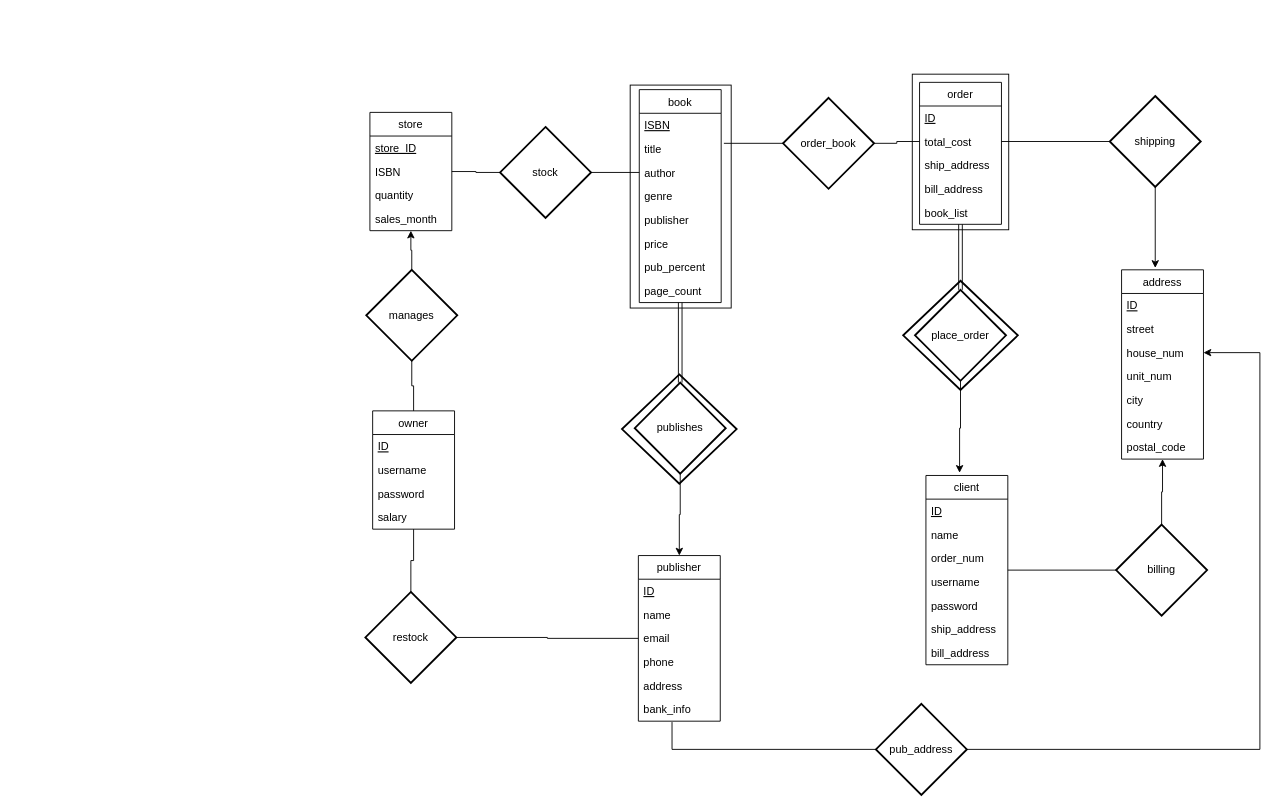
rayotte/COMP_3005_Project keeps this draw.io diagram as Report/ER_Diagram.drawio. Above is the earlier version. Source tidied: cells renumbered, new cells numbered last; positions are measured from the earlier drawing's top-left corner, leaving out a move shared by most shapes. Both pictures are drawn from the tidied source at 91%, with x=0, y=0 at pixel (365, 74).
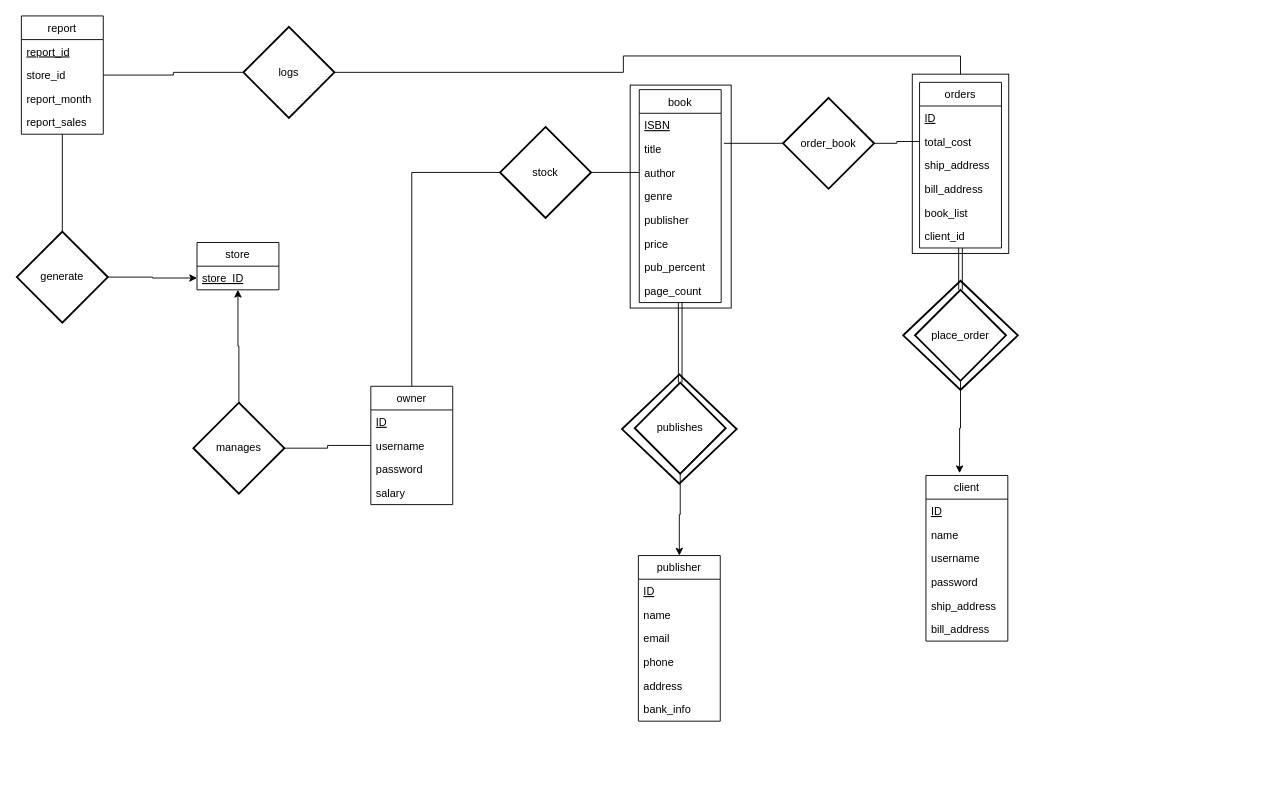
The same page after the edit.

Commit message (it also covers changes not shown here):
Update report and associated files

The change refers to these unchanged cells:
```xml
<mxCell id="9" value="total_cost" style="text;strokeColor=none;fillColor=none;align=left;verticalAlign=top;spacingLeft=4;spacingRight=4;overflow=hidden;points=[[0,0.5],[1,0.5]];portConstraint=eastwest;" parent="7" vertex="1">
  <mxGeometry y="52" width="90" height="26" as="geometry" />
</mxCell>
<mxCell id="35" value="email" style="text;strokeColor=none;fillColor=none;align=left;verticalAlign=top;spacingLeft=4;spacingRight=4;overflow=hidden;points=[[0,0.5],[1,0.5]];portConstraint=eastwest;" parent="32" vertex="1">
  <mxGeometry y="78" width="90" height="26" as="geometry" />
</mxCell>
<mxCell id="38" value="bank_info" style="text;strokeColor=none;fillColor=none;align=left;verticalAlign=top;spacingLeft=4;spacingRight=4;overflow=hidden;points=[[0,0.5],[1,0.5]];portConstraint=eastwest;" parent="32" vertex="1">
  <mxGeometry y="156" width="90" height="26" as="geometry" />
</mxCell>
<mxCell id="46" value="store_ID" style="text;strokeColor=none;fillColor=none;align=left;verticalAlign=top;spacingLeft=4;spacingRight=4;overflow=hidden;points=[[0,0.5],[1,0.5]];portConstraint=eastwest;fontStyle=4;" parent="45" vertex="1">
  <mxGeometry y="26" width="90" height="26" as="geometry" />
</mxCell>
<mxCell id="63" value="stock" style="strokeWidth=2;html=1;shape=mxgraph.flowchart.decision;whiteSpace=wrap;" parent="1" vertex="1">
  <mxGeometry x="148" y="58" width="100" height="100" as="geometry" />
</mxCell>
```

What changed in the source:
```diff
@@
     <mxCell id="2" style="html=1;" parent="1" vertex="1">
-      <mxGeometry x="601" width="106" height="171" as="geometry" />
+      <mxGeometry x="601" width="106" height="197" as="geometry" />
     </mxCell>
@@
-    <mxCell id="7" value="order" style="swimlane;fontStyle=0;horizontal=1;startSize=26;fillColor=none;" parent="1" vertex="1">
-      <mxGeometry x="609" y="9" width="90" height="156" as="geometry" />
+    <mxCell id="7" value="orders" style="swimlane;fontStyle=0;horizontal=1;startSize=26;fillColor=none;" parent="1" vertex="1">
+      <mxGeometry x="609" y="9" width="90" height="182" as="geometry" />
     </mxCell>
@@
+    <mxCell id="81" value="client_id" style="text;strokeColor=none;fillColor=none;align=left;verticalAlign=top;spacingLeft=4;spacingRight=4;overflow=hidden;" parent="7" vertex="1">
+      <mxGeometry y="156" width="90" height="26" as="geometry" />
+    </mxCell>
@@
-    <mxCell id="23" style="edgeStyle=orthogonalEdgeStyle;rounded=0;jettySize=auto;html=1;entryX=0;entryY=0.5;entryDx=0;entryDy=0;entryPerimeter=0;endArrow=none;endFill=0;strokeColor=default;" parent="1" edge="1" source="24" target="74">
-      <mxGeometry relative="1" as="geometry" />
-    </mxCell>
     <mxCell id="24" value="client" style="swimlane;fontStyle=0;horizontal=1;startSize=26;fillColor=none;" parent="1" vertex="1">
-      <mxGeometry x="616" y="441" width="90" height="208" as="geometry" />
+      <mxGeometry x="616" y="441" width="90" height="182" as="geometry" />
     </mxCell>
@@
-    <mxCell id="27" value="order_num" style="text;strokeColor=none;fillColor=none;align=left;verticalAlign=top;spacingLeft=4;spacingRight=4;overflow=hidden;" parent="24" vertex="1">
-      <mxGeometry y="78" width="90" height="26" as="geometry" />
-    </mxCell>
     <mxCell id="28" value="username" style="text;strokeColor=none;fillColor=none;align=left;verticalAlign=top;spacingLeft=4;spacingRight=4;overflow=hidden;" parent="24" vertex="1">
-      <mxGeometry y="104" width="90" height="26" as="geometry" />
+      <mxGeometry y="78" width="90" height="26" as="geometry" />
     </mxCell>
     <mxCell id="29" value="password" style="text;strokeColor=none;fillColor=none;align=left;verticalAlign=top;spacingLeft=4;spacingRight=4;overflow=hidden;" parent="24" vertex="1">
-      <mxGeometry y="130" width="90" height="26" as="geometry" />
+      <mxGeometry y="104" width="90" height="26" as="geometry" />
     </mxCell>
     <mxCell id="30" value="ship_address" style="text;strokeColor=none;fillColor=none;align=left;verticalAlign=top;spacingLeft=4;spacingRight=4;overflow=hidden;" parent="24" vertex="1">
-      <mxGeometry y="156" width="90" height="26" as="geometry" />
+      <mxGeometry y="130" width="90" height="26" as="geometry" />
     </mxCell>
     <mxCell id="31" value="bill_address" style="text;strokeColor=none;fillColor=none;align=left;verticalAlign=top;spacingLeft=4;spacingRight=4;overflow=hidden;" parent="24" vertex="1">
-      <mxGeometry y="182" width="90" height="26" as="geometry" />
+      <mxGeometry y="156" width="90" height="26" as="geometry" />
     </mxCell>
@@
-    <mxCell id="39" style="edgeStyle=orthogonalEdgeStyle;rounded=0;jettySize=auto;html=1;entryX=0.5;entryY=0;entryDx=0;entryDy=0;entryPerimeter=0;endArrow=none;endFill=0;strokeColor=default;" parent="1" edge="1" source="40" target="65">
-      <mxGeometry relative="1" as="geometry" />
-    </mxCell>
     <mxCell id="40" value="owner" style="swimlane;fontStyle=0;horizontal=1;startSize=26;fillColor=none;" parent="1" vertex="1">
-      <mxGeometry x="8" y="370" width="90" height="130" as="geometry" />
+      <mxGeometry x="6" y="343" width="90" height="130" as="geometry" />
     </mxCell>
@@
     <mxCell id="45" value="store" style="swimlane;fontStyle=0;horizontal=1;startSize=26;fillColor=none;" parent="1" vertex="1">
-      <mxGeometry x="5" y="42" width="90" height="130" as="geometry" />
+      <mxGeometry x="-185" y="185" width="90" height="52" as="geometry" />
     </mxCell>
@@
-    <mxCell id="47" value="ISBN" style="text;strokeColor=none;fillColor=none;align=left;verticalAlign=top;spacingLeft=4;spacingRight=4;overflow=hidden;" parent="45" vertex="1">
-      <mxGeometry y="52" width="90" height="26" as="geometry" />
-    </mxCell>
-    <mxCell id="48" value="quantity" style="text;strokeColor=none;fillColor=none;align=left;verticalAlign=top;spacingLeft=4;spacingRight=4;overflow=hidden;" parent="45" vertex="1">
-      <mxGeometry y="78" width="90" height="26" as="geometry" />
-    </mxCell>
-    <mxCell id="49" value="sales_month" style="text;strokeColor=none;fillColor=none;align=left;verticalAlign=top;spacingLeft=4;spacingRight=4;overflow=hidden;" parent="45" vertex="1">
-      <mxGeometry y="104" width="90" height="26" as="geometry" />
-    </mxCell>
-    <mxCell id="50" value="address" style="swimlane;fontStyle=0;horizontal=1;startSize=26;fillColor=none;" parent="1" vertex="1">
-      <mxGeometry x="831" y="215" width="90" height="208" as="geometry" />
-    </mxCell>
-    <mxCell id="51" value="ID" style="text;strokeColor=none;fillColor=none;align=left;verticalAlign=top;spacingLeft=4;spacingRight=4;overflow=hidden;fontStyle=4;" parent="50" vertex="1">
-      <mxGeometry y="26" width="90" height="26" as="geometry" />
-    </mxCell>
-    <mxCell id="52" value="street" style="text;strokeColor=none;fillColor=none;align=left;verticalAlign=top;spacingLeft=4;spacingRight=4;overflow=hidden;" parent="50" vertex="1">
-      <mxGeometry y="52" width="90" height="26" as="geometry" />
-    </mxCell>
-    <mxCell id="53" value="house_num" style="text;strokeColor=none;fillColor=none;align=left;verticalAlign=top;spacingLeft=4;spacingRight=4;overflow=hidden;points=[[0,0.5],[1,0.5]];portConstraint=eastwest;" parent="50" vertex="1">
-      <mxGeometry y="78" width="90" height="26" as="geometry" />
-    </mxCell>
-    <mxCell id="54" value="unit_num" style="text;strokeColor=none;fillColor=none;align=left;verticalAlign=top;spacingLeft=4;spacingRight=4;overflow=hidden;" parent="50" vertex="1">
-      <mxGeometry y="104" width="90" height="26" as="geometry" />
-    </mxCell>
-    <mxCell id="55" value="city" style="text;strokeColor=none;fillColor=none;align=left;verticalAlign=top;spacingLeft=4;spacingRight=4;overflow=hidden;" parent="50" vertex="1">
-      <mxGeometry y="130" width="90" height="26" as="geometry" />
-    </mxCell>
-    <mxCell id="56" value="country" style="text;strokeColor=none;fillColor=none;align=left;verticalAlign=top;spacingLeft=4;spacingRight=4;overflow=hidden;" parent="50" vertex="1">
-      <mxGeometry y="156" width="90" height="26" as="geometry" />
-    </mxCell>
-    <mxCell id="57" value="postal_code" style="text;strokeColor=none;fillColor=none;align=left;verticalAlign=top;spacingLeft=4;spacingRight=4;overflow=hidden;" parent="50" vertex="1">
-      <mxGeometry y="182" width="90" height="26" as="geometry" />
-    </mxCell>
-    <mxCell id="58" style="edgeStyle=orthogonalEdgeStyle;rounded=0;jettySize=auto;html=1;entryX=0.5;entryY=0;entryDx=0;entryDy=0;endArrow=none;endFill=0;strokeColor=default;" parent="1" edge="1" source="60" target="40">
+    <mxCell id="58" style="edgeStyle=orthogonalEdgeStyle;rounded=0;jettySize=auto;html=1;entryX=0;entryY=0.5;entryDx=0;entryDy=0;endArrow=none;endFill=0;strokeColor=default;" parent="1" edge="1" source="60" target="40">
       <mxGeometry relative="1" as="geometry" />
     </mxCell>
@@
     <mxCell id="60" value="manages" style="strokeWidth=2;html=1;shape=mxgraph.flowchart.decision;whiteSpace=wrap;" parent="1" vertex="1">
-      <mxGeometry x="1" y="215" width="100" height="100" as="geometry" />
+      <mxGeometry x="-189" y="361" width="100" height="100" as="geometry" />
     </mxCell>
@@
-    <mxCell id="62" style="edgeStyle=orthogonalEdgeStyle;rounded=0;jettySize=auto;html=1;entryX=1;entryY=0.5;entryDx=0;entryDy=0;endArrow=none;endFill=0;strokeColor=default;" parent="1" edge="1" source="63" target="45">
+    <mxCell id="62" style="edgeStyle=orthogonalEdgeStyle;rounded=0;jettySize=auto;html=1;entryX=0.5;entryY=0;entryDx=0;entryDy=0;endArrow=none;endFill=0;strokeColor=default;" parent="1" edge="1" source="63" target="40">
       <mxGeometry relative="1" as="geometry" />
     </mxCell>
@@
-    <mxCell id="64" style="edgeStyle=orthogonalEdgeStyle;rounded=0;jettySize=auto;html=1;entryX=0;entryY=0.5;entryDx=0;entryDy=0;endArrow=none;endFill=0;strokeColor=default;" parent="1" edge="1" source="65" target="35">
-      <mxGeometry relative="1" as="geometry" />
-    </mxCell>
-    <mxCell id="65" value="restock" style="strokeWidth=2;html=1;shape=mxgraph.flowchart.decision;whiteSpace=wrap;" parent="1" vertex="1">
-      <mxGeometry y="569" width="100" height="100" as="geometry" />
-    </mxCell>
@@
-    <mxCell id="73" style="edgeStyle=orthogonalEdgeStyle;rounded=0;jettySize=auto;html=1;entryX=0.5;entryY=1;entryDx=0;entryDy=0;endArrow=classic;endFill=1;strokeColor=default;" parent="1" edge="1" source="74" target="50">
-      <mxGeometry relative="1" as="geometry" />
+    <mxCell id="73" style="edgeStyle=orthogonalEdgeStyle;rounded=0;orthogonalLoop=1;jettySize=auto;html=1;entryX=0.5;entryY=1;entryDx=0;entryDy=0;endArrow=classic;endFill=1;strokeColor=default;" parent="1" edge="1">
+      <mxGeometry relative="1" as="geometry">
+        <mxPoint x="875" y="495" as="sourcePoint" />
+      </mxGeometry>
     </mxCell>
-    <mxCell id="74" value="billing" style="strokeWidth=2;html=1;shape=mxgraph.flowchart.decision;whiteSpace=wrap;" parent="1" vertex="1">
-      <mxGeometry x="825" y="495" width="100" height="100" as="geometry" />
-    </mxCell>
-    <mxCell id="75" style="edgeStyle=orthogonalEdgeStyle;rounded=0;jettySize=auto;html=1;entryX=1;entryY=0.5;entryDx=0;entryDy=0;endArrow=classic;endFill=1;strokeColor=default;exitX=1;exitY=0.5;exitDx=0;exitDy=0;exitPerimeter=0;" parent="1" edge="1" source="76" target="53">
-      <mxGeometry relative="1" as="geometry">
-        <Array as="points">
-          <mxPoint x="983" y="742" />
-          <mxPoint x="983" y="306" />
-        </Array>
-      </mxGeometry>
-    </mxCell>
-    <mxCell id="76" value="pub_address" style="strokeWidth=2;html=1;shape=mxgraph.flowchart.decision;whiteSpace=wrap;" parent="1" vertex="1">
-      <mxGeometry x="561" y="692" width="100" height="100" as="geometry" />
-    </mxCell>
-    <mxCell id="77" style="edgeStyle=orthogonalEdgeStyle;rounded=0;jettySize=auto;html=1;entryX=0.411;entryY=-0.01;entryDx=0;entryDy=0;entryPerimeter=0;endArrow=classic;endFill=1;strokeColor=default;" parent="1" edge="1" source="79" target="50">
-      <mxGeometry relative="1" as="geometry" />
+    <mxCell id="77" style="edgeStyle=orthogonalEdgeStyle;rounded=0;orthogonalLoop=1;jettySize=auto;html=1;entryX=0.411;entryY=-0.01;entryDx=0;entryDy=0;entryPerimeter=0;endArrow=classic;endFill=1;strokeColor=default;" parent="1" edge="1">
+      <mxGeometry relative="1" as="geometry">
+        <mxPoint x="868" y="124" as="sourcePoint" />
+      </mxGeometry>
     </mxCell>
-    <mxCell id="78" style="edgeStyle=orthogonalEdgeStyle;rounded=0;jettySize=auto;html=1;entryX=1;entryY=0.5;entryDx=0;entryDy=0;endArrow=none;endFill=0;strokeColor=default;" parent="1" edge="1" source="79" target="9">
-      <mxGeometry relative="1" as="geometry" />
-    </mxCell>
-    <mxCell id="79" value="shipping" style="strokeWidth=2;html=1;shape=mxgraph.flowchart.decision;whiteSpace=wrap;" parent="1" vertex="1">
-      <mxGeometry x="818" y="24" width="100" height="100" as="geometry" />
-    </mxCell>
-    <mxCell id="80" style="edgeStyle=orthogonalEdgeStyle;rounded=0;jettySize=auto;html=1;entryX=0;entryY=0.5;entryDx=0;entryDy=0;entryPerimeter=0;exitX=0.411;exitY=1.038;exitDx=0;exitDy=0;exitPerimeter=0;strokeColor=default;endArrow=none;endFill=0;" parent="1" edge="1" source="38" target="76">
-      <mxGeometry relative="1" as="geometry">
-        <Array as="points">
-          <mxPoint x="337" y="742" />
-          <mxPoint x="561" y="742" />
-        </Array>
-      </mxGeometry>
-    </mxCell>
+    <mxCell id="82" style="edgeStyle=orthogonalEdgeStyle;rounded=0;jettySize=auto;html=1;entryX=0.5;entryY=0;entryDx=0;entryDy=0;endArrow=none;endFill=0;" parent="1" edge="1" source="84" target="2">
+      <mxGeometry relative="1" as="geometry" />
+    </mxCell>
+    <mxCell id="83" style="edgeStyle=orthogonalEdgeStyle;rounded=0;jettySize=auto;html=1;entryX=1;entryY=0.5;entryDx=0;entryDy=0;endArrow=none;endFill=0;" parent="1" edge="1" source="84" target="88">
+      <mxGeometry relative="1" as="geometry" />
+    </mxCell>
+    <mxCell id="84" value="logs" style="strokeWidth=2;html=1;shape=mxgraph.flowchart.decision;whiteSpace=wrap;" parent="1" vertex="1">
+      <mxGeometry x="-134" y="-52" width="100" height="100" as="geometry" />
+    </mxCell>
+    <mxCell id="85" style="edgeStyle=orthogonalEdgeStyle;rounded=0;jettySize=auto;html=1;entryX=0;entryY=0.5;entryDx=0;entryDy=0;endArrow=classic;endFill=1;" parent="1" edge="1" source="86" target="46">
+      <mxGeometry relative="1" as="geometry" />
+    </mxCell>
+    <mxCell id="86" value="generate" style="strokeWidth=2;html=1;shape=mxgraph.flowchart.decision;whiteSpace=wrap;" parent="1" vertex="1">
+      <mxGeometry x="-383" y="173" width="100" height="100" as="geometry" />
+    </mxCell>
+    <mxCell id="87" style="edgeStyle=orthogonalEdgeStyle;rounded=0;jettySize=auto;html=1;endArrow=none;endFill=0;" parent="1" edge="1" source="88" target="86">
+      <mxGeometry relative="1" as="geometry" />
+    </mxCell>
+    <mxCell id="88" value="report" style="swimlane;fontStyle=0;horizontal=1;startSize=26;fillColor=none;" parent="1" vertex="1">
+      <mxGeometry x="-378" y="-64" width="90" height="130" as="geometry" />
+    </mxCell>
+    <mxCell id="89" value="report_id" style="text;strokeColor=none;fillColor=none;align=left;verticalAlign=top;spacingLeft=4;spacingRight=4;overflow=hidden;fontStyle=4;" parent="88" vertex="1">
+      <mxGeometry y="26" width="90" height="26" as="geometry" />
+    </mxCell>
+    <mxCell id="90" value="store_id" style="text;strokeColor=none;fillColor=none;align=left;verticalAlign=top;spacingLeft=4;spacingRight=4;overflow=hidden;" parent="88" vertex="1">
+      <mxGeometry y="52" width="90" height="26" as="geometry" />
+    </mxCell>
+    <mxCell id="91" value="report_month" style="text;strokeColor=none;fillColor=none;align=left;verticalAlign=top;spacingLeft=4;spacingRight=4;overflow=hidden;" parent="88" vertex="1">
+      <mxGeometry y="78" width="90" height="26" as="geometry" />
+    </mxCell>
+    <mxCell id="92" value="report_sales" style="text;strokeColor=none;fillColor=none;align=left;verticalAlign=top;spacingLeft=4;spacingRight=4;overflow=hidden;" parent="88" vertex="1">
+      <mxGeometry y="104" width="90" height="26" as="geometry" />
+    </mxCell>
```
